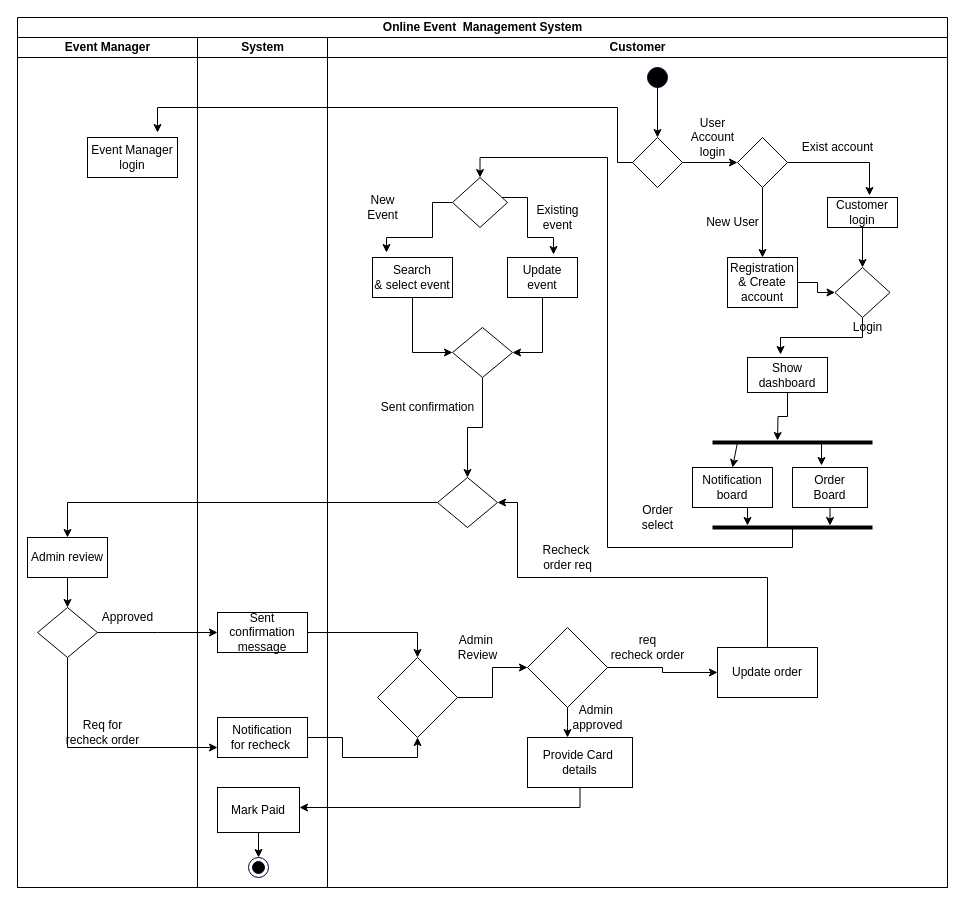
Above: activity.drawio in axif0/370_project (draw.io), before the change. Source tidied: cells renumbered, new cells numbered last; positions are measured from the earlier drawing's top-left corner, leaving out a move shared by most shapes. Both pictures are drawn from the tidied source at 100%, with x=0, y=0 at pixel (17, 17).
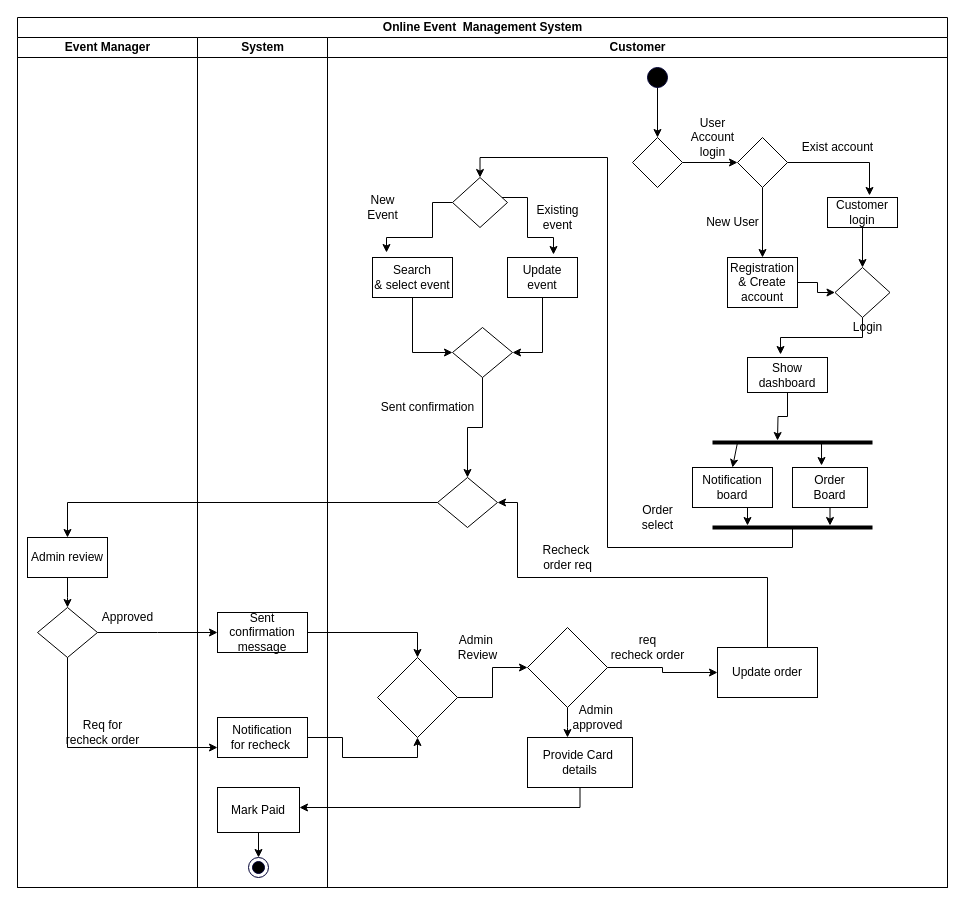
The same page after the edit.

The change refers to these unchanged cells:
```xml
<mxCell id="2" value="Online Event&amp;nbsp; Management System" style="swimlane;startSize=20;html=1;" parent="1" vertex="1">
  <mxGeometry width="930" height="870" as="geometry" />
</mxCell>
<mxCell id="3" value="Event Manager" style="swimlane;startSize=20;html=1;" parent="2" vertex="1">
  <mxGeometry y="20" width="180" height="850" as="geometry" />
</mxCell>
<mxCell id="19" style="rhombus;whiteSpace=wrap;html=1;" parent="15" vertex="1">
  <mxGeometry x="305" y="100" width="50" height="50" as="geometry" />
</mxCell>
```

Change to the diagram source:
```diff
@@
-    <mxCell id="8" value="Event Manager&lt;br&gt;login" style="rounded=0;whiteSpace=wrap;html=1;" parent="3" vertex="1">
-      <mxGeometry x="70" y="100" width="90" height="40" as="geometry" />
-    </mxCell>
@@
-    <mxCell id="71" style="edgeStyle=orthogonalEdgeStyle;rounded=0;jettySize=auto;html=1;exitX=0;exitY=0.5;exitDx=0;exitDy=0;" parent="2" edge="1" source="19">
-      <mxGeometry relative="1" as="geometry">
-        <mxPoint x="140" y="115" as="targetPoint" />
-        <Array as="points">
-          <mxPoint x="600" y="145" />
-          <mxPoint x="600" y="90" />
-          <mxPoint x="140" y="90" />
-        </Array>
-      </mxGeometry>
-    </mxCell>
```
